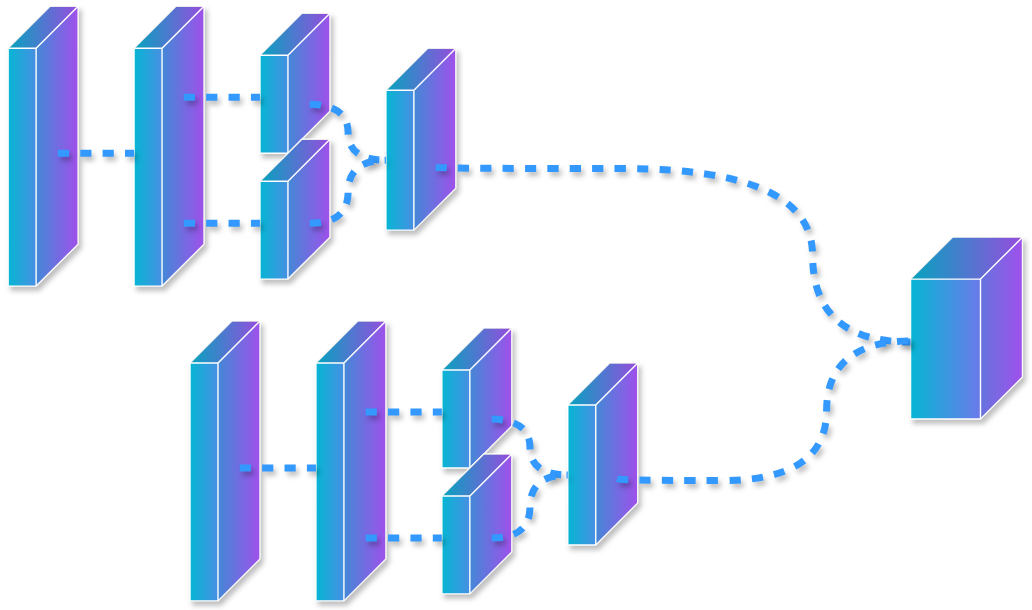
The draw.io diagram public/model.svg in Ardiansputrraa/Landingpage-AI-SENUSA, before a commit. Source tidied: cells renumbered, new cells last; positions are measured from the earlier drawing's top-left corner, leaving out a move shared by most shapes.
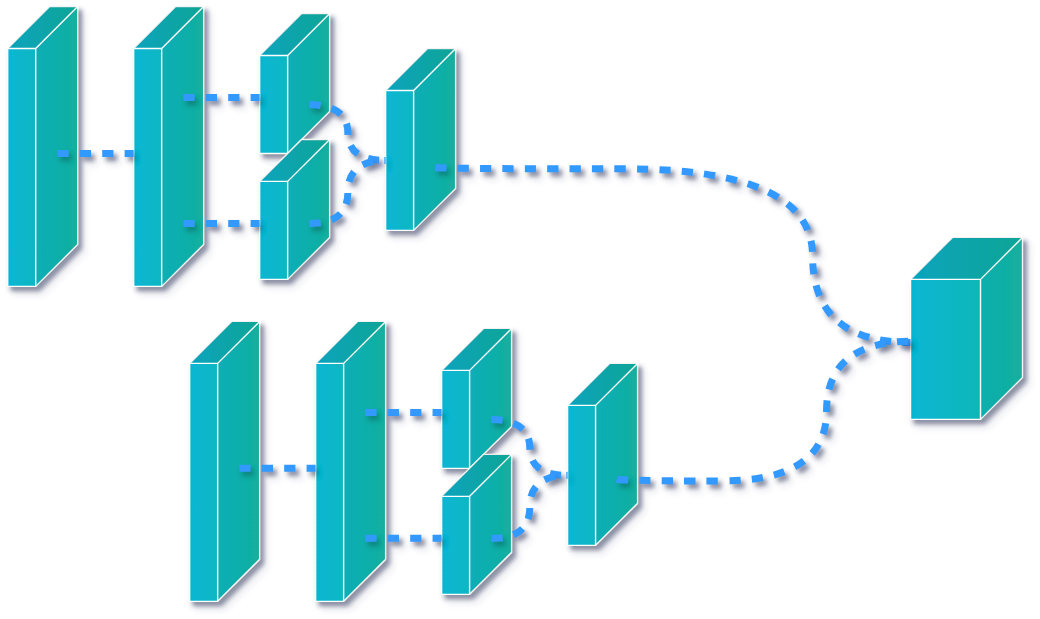
The same file after the commit.

The edit, as a diff of the source:
```diff
@@ -2,22 +2,22 @@
   <root>
     <mxCell id="0" />
     <mxCell id="1" parent="0" />
-    <mxCell id="2" style="shape=cube;whiteSpace=wrap;html=1;boundedLbl=1;backgroundOutline=1;darkOpacity=0.05;darkOpacity2=0.1;size=30;flipV=1;flipH=1;rotation=-90;fillColor=#A855F7;gradientColor=#06B6D4;strokeWidth=1;strokeColor=#FFFFFF;shadow=1;" parent="1" vertex="1">
+    <mxCell id="2" style="shape=cube;whiteSpace=wrap;html=1;boundedLbl=1;backgroundOutline=1;darkOpacity=0.05;darkOpacity2=0.1;size=30;flipV=1;flipH=1;rotation=-90;fillColor=#14B8A6;gradientColor=#06B6D4;strokeWidth=1;strokeColor=#FFFFFF;shadow=1;" parent="1" vertex="1">
       <mxGeometry y="45" width="200" height="50" as="geometry" />
     </mxCell>
-    <mxCell id="3" style="shape=cube;whiteSpace=wrap;html=1;boundedLbl=1;backgroundOutline=1;darkOpacity=0.05;darkOpacity2=0.1;size=30;flipV=1;flipH=1;rotation=-90;fillColor=#A855F7;gradientColor=#06B6D4;strokeWidth=1;strokeColor=#FFFFFF;shadow=1;" parent="1" vertex="1">
+    <mxCell id="3" style="shape=cube;whiteSpace=wrap;html=1;boundedLbl=1;backgroundOutline=1;darkOpacity=0.05;darkOpacity2=0.1;size=30;flipV=1;flipH=1;rotation=-90;fillColor=#14B8A6;gradientColor=#06B6D4;strokeWidth=1;strokeColor=#FFFFFF;shadow=1;" parent="1" vertex="1">
       <mxGeometry x="695" y="160" width="130" height="80" as="geometry" />
     </mxCell>
-    <mxCell id="4" style="shape=cube;whiteSpace=wrap;html=1;boundedLbl=1;backgroundOutline=1;darkOpacity=0.05;darkOpacity2=0.1;size=30;flipV=1;flipH=1;rotation=-90;fillColor=#A855F7;gradientColor=#06B6D4;strokeWidth=1;strokeColor=#FFFFFF;shadow=1;" parent="1" vertex="1">
+    <mxCell id="4" style="shape=cube;whiteSpace=wrap;html=1;boundedLbl=1;backgroundOutline=1;darkOpacity=0.05;darkOpacity2=0.1;size=30;flipV=1;flipH=1;rotation=-90;fillColor=#14B8A6;gradientColor=#06B6D4;strokeWidth=1;strokeColor=#FFFFFF;shadow=1;" parent="1" vertex="1">
       <mxGeometry x="90" y="45" width="200" height="50" as="geometry" />
     </mxCell>
-    <mxCell id="5" style="shape=cube;whiteSpace=wrap;html=1;boundedLbl=1;backgroundOutline=1;darkOpacity=0.05;darkOpacity2=0.1;size=30;flipV=1;flipH=1;rotation=-90;fillColor=#A855F7;gradientColor=#06B6D4;strokeWidth=1;strokeColor=#FFFFFF;shadow=1;" parent="1" vertex="1">
+    <mxCell id="5" style="shape=cube;whiteSpace=wrap;html=1;boundedLbl=1;backgroundOutline=1;darkOpacity=0.05;darkOpacity2=0.1;size=30;flipV=1;flipH=1;rotation=-90;fillColor=#14B8A6;gradientColor=#06B6D4;strokeWidth=1;strokeColor=#FFFFFF;shadow=1;" parent="1" vertex="1">
       <mxGeometry x="230" width="100" height="50" as="geometry" />
     </mxCell>
-    <mxCell id="6" style="shape=cube;whiteSpace=wrap;html=1;boundedLbl=1;backgroundOutline=1;darkOpacity=0.05;darkOpacity2=0.1;size=30;flipV=1;flipH=1;rotation=-90;fillColor=#A855F7;gradientColor=#06B6D4;strokeWidth=1;strokeColor=#FFFFFF;shadow=1;" parent="1" vertex="1">
+    <mxCell id="6" style="shape=cube;whiteSpace=wrap;html=1;boundedLbl=1;backgroundOutline=1;darkOpacity=0.05;darkOpacity2=0.1;size=30;flipV=1;flipH=1;rotation=-90;fillColor=#14B8A6;gradientColor=#06B6D4;strokeWidth=1;strokeColor=#FFFFFF;shadow=1;" parent="1" vertex="1">
       <mxGeometry x="230" y="90" width="100" height="50" as="geometry" />
     </mxCell>
-    <mxCell id="7" style="shape=cube;whiteSpace=wrap;html=1;boundedLbl=1;backgroundOutline=1;darkOpacity=0.05;darkOpacity2=0.1;size=30;flipV=1;flipH=1;rotation=-90;fillColor=#A855F7;gradientColor=#06B6D4;strokeWidth=1;strokeColor=#FFFFFF;shadow=1;" parent="1" vertex="1">
+    <mxCell id="7" style="shape=cube;whiteSpace=wrap;html=1;boundedLbl=1;backgroundOutline=1;darkOpacity=0.05;darkOpacity2=0.1;size=30;flipV=1;flipH=1;rotation=-90;fillColor=#14B8A6;gradientColor=#06B6D4;strokeWidth=1;strokeColor=#FFFFFF;shadow=1;" parent="1" vertex="1">
       <mxGeometry x="305" y="40" width="130" height="50" as="geometry" />
     </mxCell>
     <mxCell id="8" style="endArrow=none;html=1;rounded=0;entryX=0.505;entryY=0.989;entryDx=0;entryDy=0;entryPerimeter=0;strokeWidth=5;strokeColor=#3399FF;flowAnimation=1;endSize=6;shadow=1;" parent="1" edge="1">
@@ -58,19 +58,19 @@
         </Array>
       </mxGeometry>
     </mxCell>
-    <mxCell id="14" style="shape=cube;whiteSpace=wrap;html=1;boundedLbl=1;backgroundOutline=1;darkOpacity=0.05;darkOpacity2=0.1;size=30;flipV=1;flipH=1;rotation=-90;fillColor=#A855F7;gradientColor=#06B6D4;strokeWidth=1;strokeColor=#FFFFFF;shadow=1;" parent="1" vertex="1">
+    <mxCell id="14" style="shape=cube;whiteSpace=wrap;html=1;boundedLbl=1;backgroundOutline=1;darkOpacity=0.05;darkOpacity2=0.1;size=30;flipV=1;flipH=1;rotation=-90;fillColor=#14B8A6;gradientColor=#06B6D4;strokeWidth=1;strokeColor=#FFFFFF;shadow=1;" parent="1" vertex="1">
       <mxGeometry x="130" y="270" width="200" height="50" as="geometry" />
     </mxCell>
-    <mxCell id="15" style="shape=cube;whiteSpace=wrap;html=1;boundedLbl=1;backgroundOutline=1;darkOpacity=0.05;darkOpacity2=0.1;size=30;flipV=1;flipH=1;rotation=-90;fillColor=#A855F7;gradientColor=#06B6D4;strokeWidth=1;strokeColor=#FFFFFF;shadow=1;" parent="1" vertex="1">
+    <mxCell id="15" style="shape=cube;whiteSpace=wrap;html=1;boundedLbl=1;backgroundOutline=1;darkOpacity=0.05;darkOpacity2=0.1;size=30;flipV=1;flipH=1;rotation=-90;fillColor=#14B8A6;gradientColor=#06B6D4;strokeWidth=1;strokeColor=#FFFFFF;shadow=1;" parent="1" vertex="1">
       <mxGeometry x="220" y="270" width="200" height="50" as="geometry" />
     </mxCell>
-    <mxCell id="16" style="shape=cube;whiteSpace=wrap;html=1;boundedLbl=1;backgroundOutline=1;darkOpacity=0.05;darkOpacity2=0.1;size=30;flipV=1;flipH=1;rotation=-90;fillColor=#A855F7;gradientColor=#06B6D4;strokeWidth=1;strokeColor=#FFFFFF;shadow=1;" parent="1" vertex="1">
+    <mxCell id="16" style="shape=cube;whiteSpace=wrap;html=1;boundedLbl=1;backgroundOutline=1;darkOpacity=0.05;darkOpacity2=0.1;size=30;flipV=1;flipH=1;rotation=-90;fillColor=#14B8A6;gradientColor=#06B6D4;strokeWidth=1;strokeColor=#FFFFFF;shadow=1;" parent="1" vertex="1">
       <mxGeometry x="360" y="225" width="100" height="50" as="geometry" />
     </mxCell>
-    <mxCell id="17" style="shape=cube;whiteSpace=wrap;html=1;boundedLbl=1;backgroundOutline=1;darkOpacity=0.05;darkOpacity2=0.1;size=30;flipV=1;flipH=1;rotation=-90;fillColor=#A855F7;gradientColor=#06B6D4;strokeWidth=1;strokeColor=#FFFFFF;shadow=1;" parent="1" vertex="1">
+    <mxCell id="17" style="shape=cube;whiteSpace=wrap;html=1;boundedLbl=1;backgroundOutline=1;darkOpacity=0.05;darkOpacity2=0.1;size=30;flipV=1;flipH=1;rotation=-90;fillColor=#14B8A6;gradientColor=#06B6D4;strokeWidth=1;strokeColor=#FFFFFF;shadow=1;" parent="1" vertex="1">
       <mxGeometry x="360" y="315" width="100" height="50" as="geometry" />
     </mxCell>
-    <mxCell id="18" style="shape=cube;whiteSpace=wrap;html=1;boundedLbl=1;backgroundOutline=1;darkOpacity=0.05;darkOpacity2=0.1;size=30;flipV=1;flipH=1;rotation=-90;fillColor=#A855F7;gradientColor=#06B6D4;strokeWidth=1;strokeColor=#FFFFFF;shadow=1;" parent="1" vertex="1">
+    <mxCell id="18" style="shape=cube;whiteSpace=wrap;html=1;boundedLbl=1;backgroundOutline=1;darkOpacity=0.05;darkOpacity2=0.1;size=30;flipV=1;flipH=1;rotation=-90;fillColor=#14B8A6;gradientColor=#06B6D4;strokeWidth=1;strokeColor=#FFFFFF;shadow=1;" parent="1" vertex="1">
       <mxGeometry x="435" y="265" width="130" height="50" as="geometry" />
     </mxCell>
     <mxCell id="19" style="endArrow=none;html=1;rounded=0;entryX=0.505;entryY=0.989;entryDx=0;entryDy=0;entryPerimeter=0;strokeWidth=5;strokeColor=#3399FF;flowAnimation=1;endSize=6;shadow=1;" parent="1" edge="1">
```
